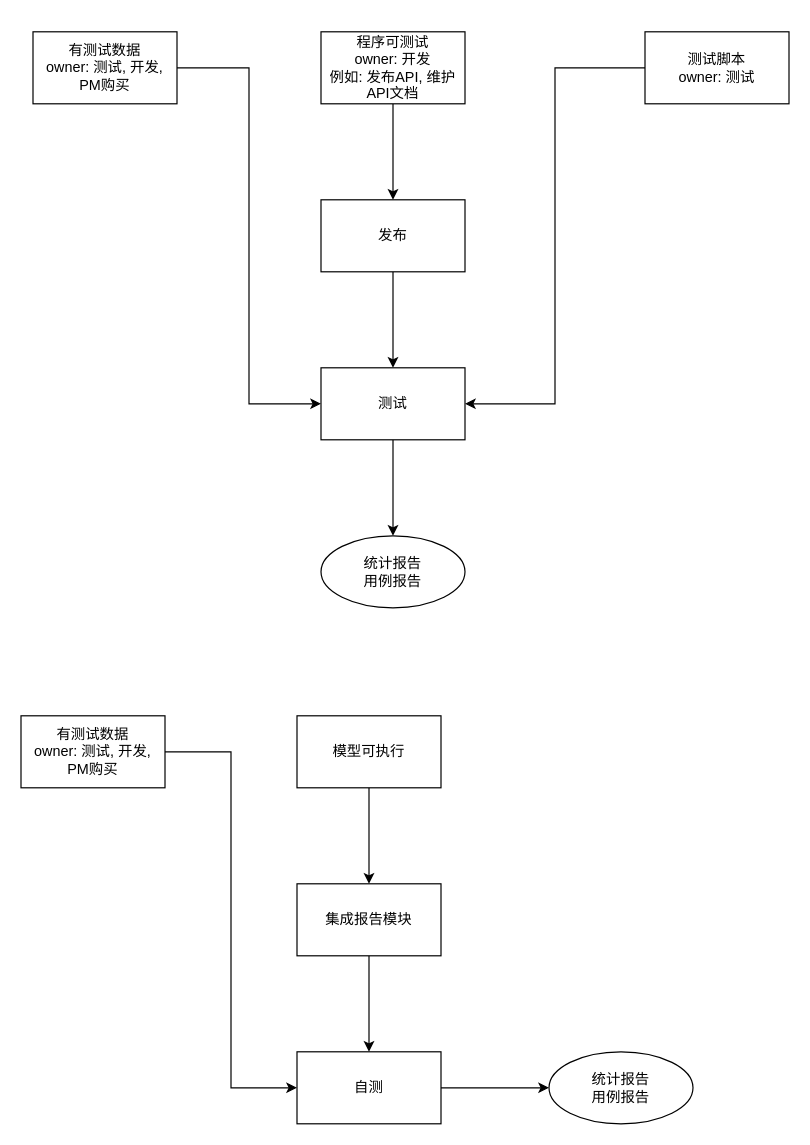
This is TestAI_WorkFLow.drawio from cheffey/draw_io_drive, a draw.io file, before an edit. Source tidied: cells renumbered, new cells numbered last; positions are measured from the earlier drawing's top-left corner, leaving out a move shared by most shapes. Both pictures are drawn from the tidied source at 120%, with x=0, y=0 at pixel (20, 31).
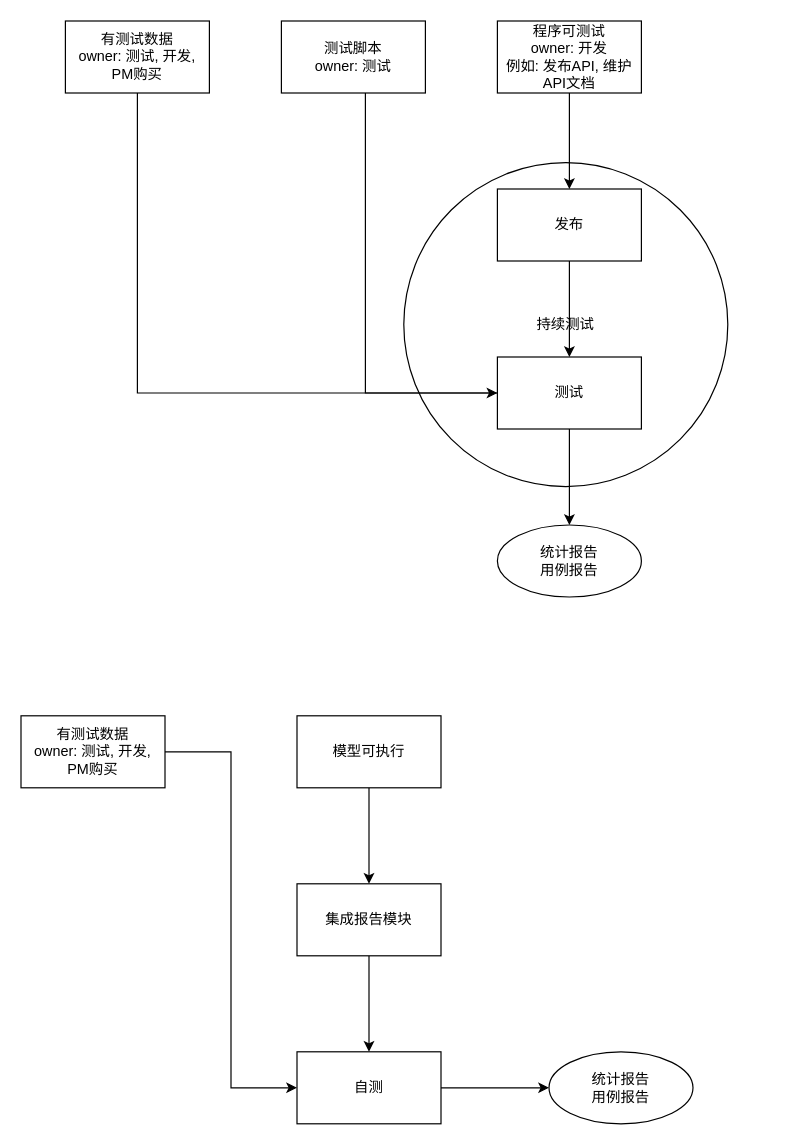
Above is the later version.

The edit, as a diff of the source:
```diff
@@
+    <mxCell id="22" value="持续测试" style="ellipse;whiteSpace=wrap;html=1;" parent="1" vertex="1">
+      <mxGeometry x="319" y="109" width="270" height="270" as="geometry" />
+    </mxCell>
     <mxCell id="2" style="edgeStyle=orthogonalEdgeStyle;rounded=0;jettySize=auto;html=1;entryX=0;entryY=0.5;entryDx=0;entryDy=0;" parent="1" edge="1" source="3" target="11">
-      <mxGeometry relative="1" as="geometry" />
+      <mxGeometry relative="1" as="geometry">
+        <Array as="points">
+          <mxPoint x="97" y="301" />
+        </Array>
+      </mxGeometry>
     </mxCell>
     <mxCell id="3" value="有测试数据&lt;br&gt;owner: 测试, 开发, PM购买" style="rounded=0;whiteSpace=wrap;html=1;" parent="1" vertex="1">
-      <mxGeometry x="10" width="120" height="60" as="geometry" />
+      <mxGeometry x="37" y="-9" width="120" height="60" as="geometry" />
     </mxCell>
@@
     <mxCell id="5" value="程序可测试&lt;br&gt;owner: 开发&lt;br&gt;例如: 发布API, 维护API文档" style="rounded=0;whiteSpace=wrap;html=1;" parent="1" vertex="1">
-      <mxGeometry x="250" width="120" height="60" as="geometry" />
+      <mxGeometry x="397" y="-9" width="120" height="60" as="geometry" />
     </mxCell>
     <mxCell id="6" style="edgeStyle=orthogonalEdgeStyle;rounded=0;jettySize=auto;html=1;entryX=1;entryY=0.5;entryDx=0;entryDy=0;" parent="1" edge="1" source="7" target="11">
-      <mxGeometry relative="1" as="geometry" />
+      <mxGeometry relative="1" as="geometry">
+        <Array as="points">
+          <mxPoint x="287" y="301" />
+        </Array>
+      </mxGeometry>
     </mxCell>
     <mxCell id="7" value="测试脚本&lt;br&gt;owner: 测试" style="rounded=0;whiteSpace=wrap;html=1;" parent="1" vertex="1">
-      <mxGeometry x="520" width="120" height="60" as="geometry" />
+      <mxGeometry x="217" y="-9" width="120" height="60" as="geometry" />
     </mxCell>
@@
     <mxCell id="9" value="发布" style="rounded=0;whiteSpace=wrap;html=1;" parent="1" vertex="1">
-      <mxGeometry x="250" y="140" width="120" height="60" as="geometry" />
+      <mxGeometry x="397" y="131" width="120" height="60" as="geometry" />
     </mxCell>
@@
     <mxCell id="11" value="测试" style="rounded=0;whiteSpace=wrap;html=1;" parent="1" vertex="1">
-      <mxGeometry x="250" y="280" width="120" height="60" as="geometry" />
+      <mxGeometry x="397" y="271" width="120" height="60" as="geometry" />
     </mxCell>
     <mxCell id="12" value="统计报告&lt;br&gt;用例报告" style="ellipse;whiteSpace=wrap;html=1;rounded=0;" parent="1" vertex="1">
-      <mxGeometry x="250" y="420" width="120" height="60" as="geometry" />
+      <mxGeometry x="397" y="411" width="120" height="60" as="geometry" />
     </mxCell>
```
